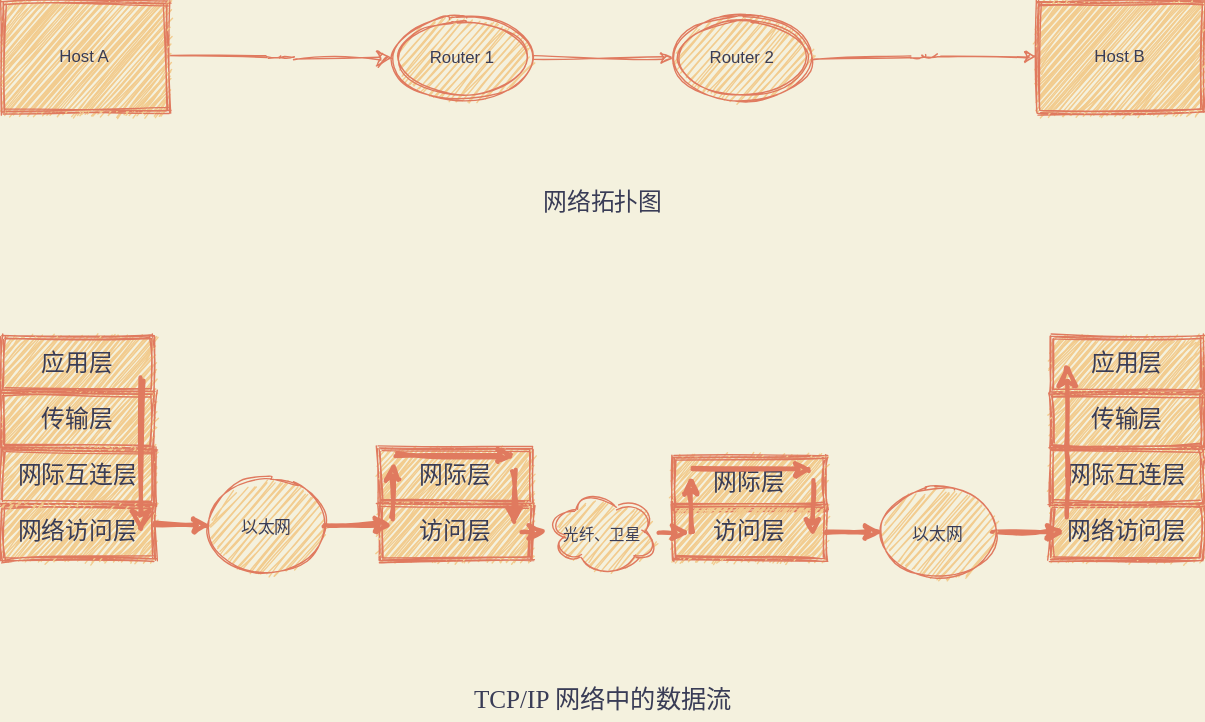
This is tcp-ip-network-data-flow.svg from baiyutang/draw, a draw.io export, as it was before one commit. Source tidied: cells renumbered, new cells last; positions are measured from the earlier drawing's top-left corner, leaving out a move shared by most shapes.
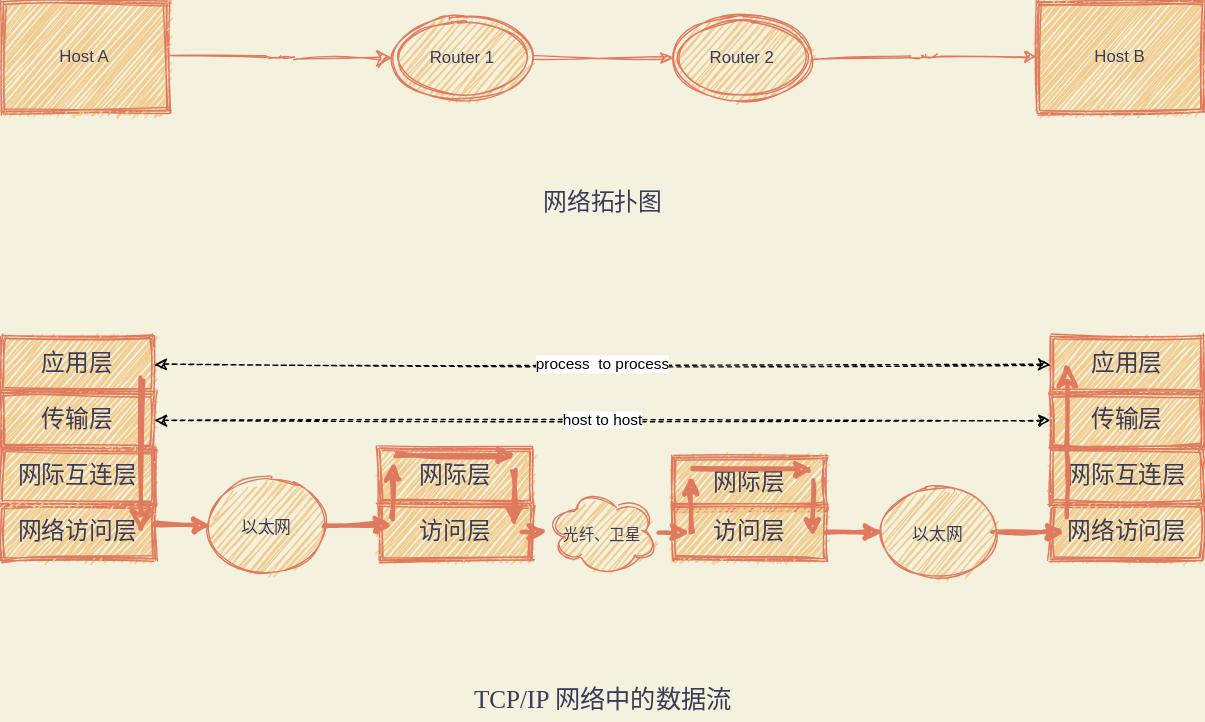
The same diagram one commit later.

The edit, as a diff of the source:
```diff
@@ -155,5 +155,11 @@
         <mxPoint x="590" y="379.5" as="sourcePoint" />
       </mxGeometry>
     </mxCell>
+    <mxCell id="40" value="host to host" style="endArrow=classic;startArrow=classic;html=1;exitX=1;exitY=0.5;exitDx=0;exitDy=0;sketch=1;dashed=1;" parent="1" edge="1" source="11" target="19">
+      <mxGeometry relative="1" as="geometry" />
+    </mxCell>
+    <mxCell id="41" value="process&amp;nbsp; to process" style="endArrow=classic;startArrow=classic;html=1;exitX=1;exitY=0.5;exitDx=0;exitDy=0;entryX=0;entryY=0.5;entryDx=0;entryDy=0;sketch=1;dashed=1;" parent="1" edge="1" source="10" target="18">
+      <mxGeometry relative="1" as="geometry" />
+    </mxCell>
   </root>
 </mxGraphModel>
```
